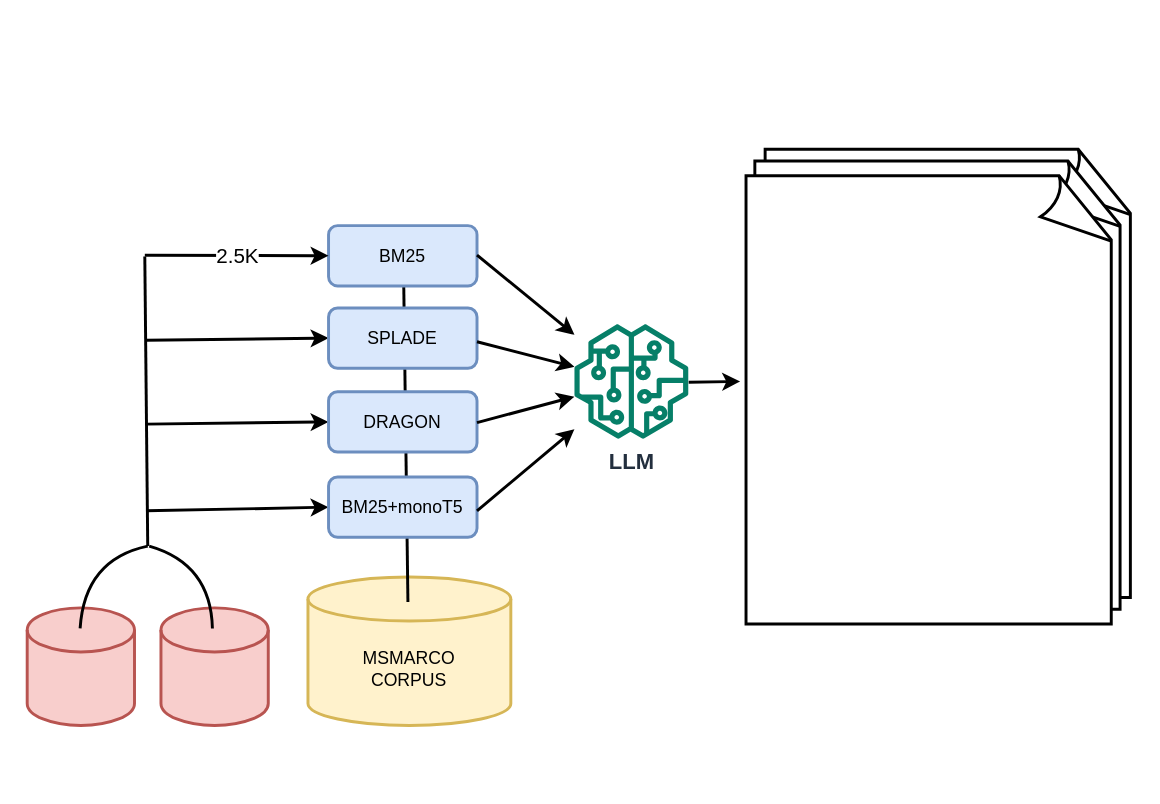
The draw.io diagram Data Generation.drawio in Dundalia/Dundalia, before the edit. Source tidied: cells renumbered, new cells numbered last; positions are measured from the earlier drawing's top-left corner, leaving out a move shared by most shapes. Both pictures are drawn from the tidied source at 147%, with x=0, y=0 at pixel (26, 148).
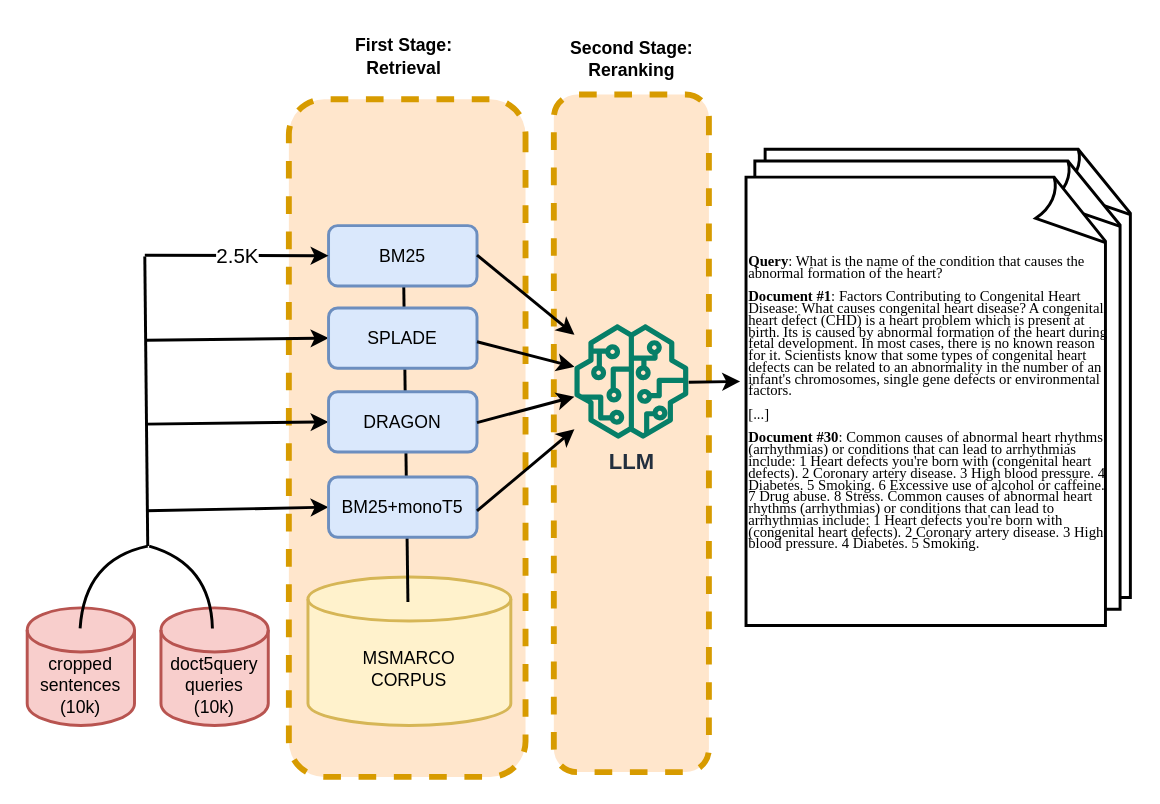
The same page after the edit.

The edit, as a diff of the source:
```diff
@@
+    <mxCell id="27" style="rounded=1;whiteSpace=wrap;html=1;rotation=90;fillColor=#ffe6cc;strokeColor=#d79b00;strokeWidth=4;dashed=1;" parent="1" vertex="1">
+      <mxGeometry x="180.5" y="140.5" width="461" height="105.5" as="geometry" />
+    </mxCell>
+    <mxCell id="28" style="rounded=1;whiteSpace=wrap;html=1;rotation=90;fillColor=#ffe6cc;strokeColor=#d79b00;strokeWidth=4;dashed=1;" parent="1" vertex="1">
+      <mxGeometry x="28" y="116" width="461" height="161" as="geometry" />
+    </mxCell>
-    <mxCell id="2" style="shape=cylinder3;whiteSpace=wrap;html=1;boundedLbl=1;backgroundOutline=1;size=15;fillColor=#f8cecc;strokeColor=#b85450;strokeWidth=2;" parent="1" vertex="1">
+    <mxCell id="2" value="cropped&lt;br&gt;sentences&lt;br style=&quot;border-color: var(--border-color);&quot;&gt;(10k)" style="shape=cylinder3;whiteSpace=wrap;html=1;boundedLbl=1;backgroundOutline=1;size=15;fillColor=#f8cecc;strokeColor=#b85450;strokeWidth=2;" parent="1" vertex="1">
       <mxGeometry y="312" width="73" height="80" as="geometry" />
     </mxCell>
-    <mxCell id="3" style="shape=cylinder3;whiteSpace=wrap;html=1;boundedLbl=1;backgroundOutline=1;size=15;fillColor=#f8cecc;strokeColor=#b85450;strokeWidth=2;" parent="1" vertex="1">
+    <mxCell id="3" value="doct5query&lt;br&gt;queries&lt;br&gt;(10k)" style="shape=cylinder3;whiteSpace=wrap;html=1;boundedLbl=1;backgroundOutline=1;size=15;fillColor=#f8cecc;strokeColor=#b85450;strokeWidth=2;" parent="1" vertex="1">
       <mxGeometry x="91" y="312" width="73" height="80" as="geometry" />
     </mxCell>
@@
-    <mxCell id="24" style="whiteSpace=wrap;html=1;shape=mxgraph.basic.document;strokeWidth=2;" parent="1" vertex="1">
-      <mxGeometry x="489" y="18" width="251" height="305" as="geometry" />
+    <mxCell id="24" value="&lt;p style=&quot;line-height: 80%; font-size: 10px;&quot;&gt;&lt;font face=&quot;Times New Roman&quot; style=&quot;font-size: 10px;&quot;&gt;&lt;b&gt;Query&lt;/b&gt;: What is the name of the condition that causes the abnormal formation of the heart?&lt;br&gt;&lt;br&gt;&lt;b&gt;Document #1&lt;/b&gt;: Factors Contributing to Congenital Heart Disease: What causes congenital heart disease? A congenital heart defect (CHD) is a heart problem which is present at birth. Its is caused by abnormal formation of the heart during fetal development. In most cases, there is no known reason for it. Scientists know that some types of congenital heart defects can be related to an abnormality in the number of an infant's chromosomes, single gene defects or environmental factors.&lt;br&gt;&lt;br&gt;[...]&lt;br&gt;&lt;br&gt;&lt;b&gt;Document #30&lt;/b&gt;: Common causes of abnormal heart rhythms (arrhythmias) or conditions that can lead to arrhythmias include: 1 Heart defects you're born with (congenital heart defects). 2 Coronary artery disease. 3 High blood pressure. 4 Diabetes. 5 Smoking. 6 Excessive use of alcohol or caffeine. 7 Drug abuse. 8 Stress. Common causes of abnormal heart rhythms (arrhythmias) or conditions that can lead to arrhythmias include: 1 Heart defects you're born with (congenital heart defects). 2 Coronary artery disease. 3 High blood pressure. 4 Diabetes. 5 Smoking.&lt;/font&gt;&lt;/p&gt;" style="whiteSpace=wrap;html=1;shape=mxgraph.basic.document;strokeWidth=2;align=left;" parent="1" vertex="1">
+      <mxGeometry x="489" y="19" width="247" height="305" as="geometry" />
     </mxCell>
@@
+    <mxCell id="29" value="&lt;b style=&quot;border-color: var(--border-color);&quot;&gt;First Stage:&lt;br style=&quot;border-color: var(--border-color);&quot;&gt;Retrieval&lt;/b&gt;" style="text;html=1;align=center;verticalAlign=middle;strokeColor=none;fillColor=none;" parent="1" vertex="1">
+      <mxGeometry x="214" y="-84" width="84" height="41" as="geometry" />
+    </mxCell>
+    <mxCell id="30" value="&lt;b&gt;Second Stage:&lt;br&gt;Reranking&lt;/b&gt;" style="text;html=1;align=center;verticalAlign=middle;strokeColor=none;fillColor=none;" parent="1" vertex="1">
+      <mxGeometry x="360.5" y="-82" width="101" height="41" as="geometry" />
+    </mxCell>
```
